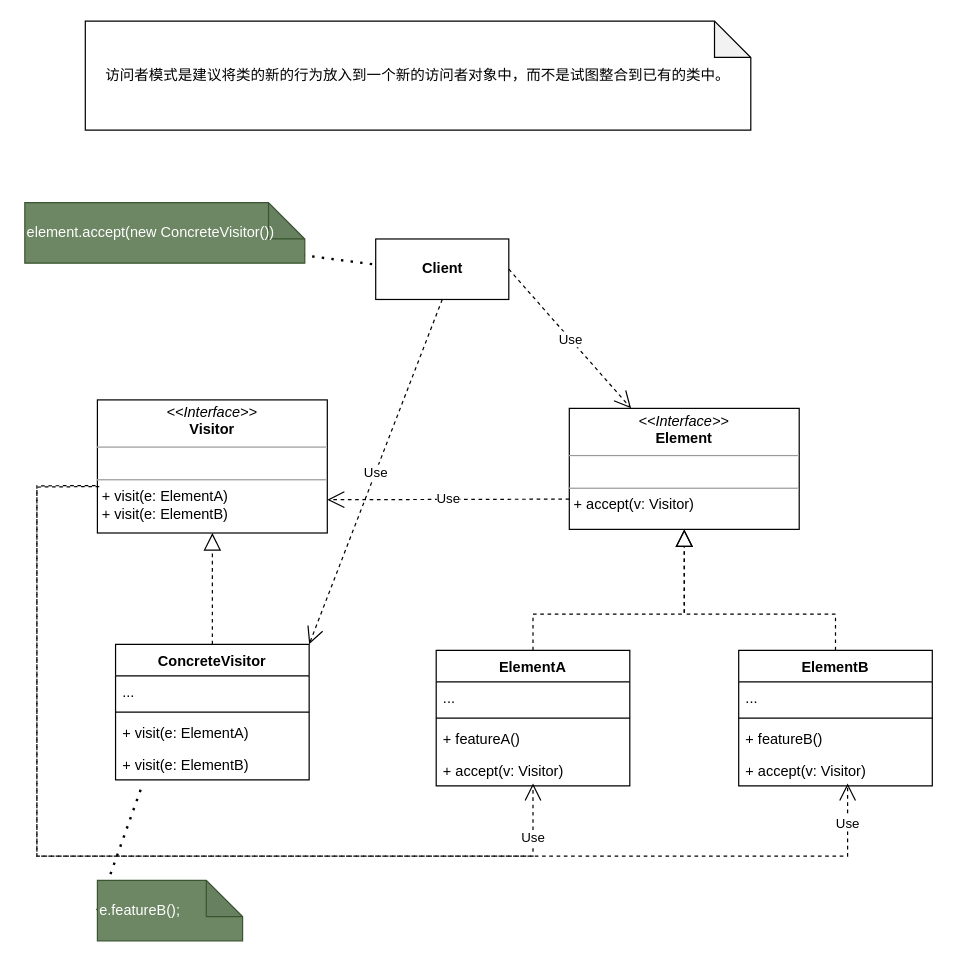
HsoulLink/designpattern_pic keeps this draw.io diagram as 访问者模式.drawio. Above is the earlier version. Source tidied: cells renumbered, new cells numbered last; positions are measured from the earlier drawing's top-left corner, leaving out a move shared by most shapes. Both pictures are drawn from the tidied source at 121%, with x=0, y=0 at pixel (24, 21).
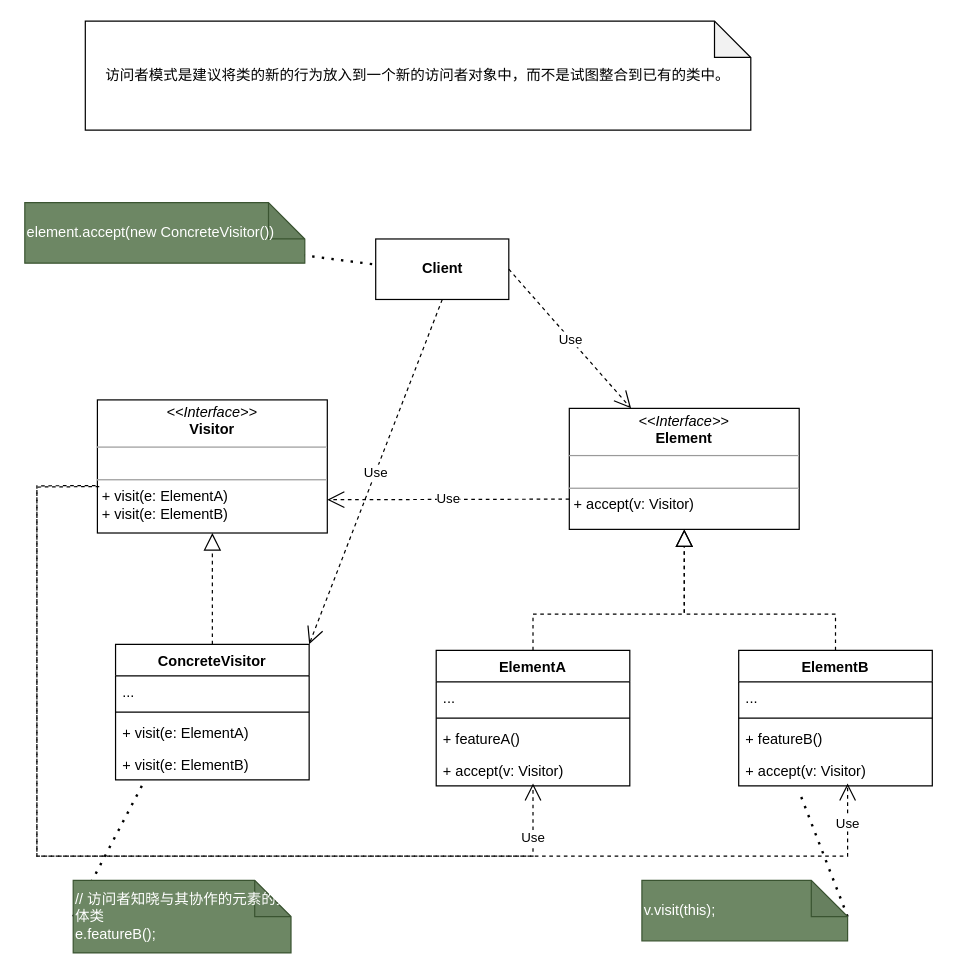
After the change.

Commit message (it also covers changes not shown here):
更新访问者模式.drawio

The change refers to these unchanged cells:
```xml
<mxCell id="14" value="+ accept(v: Visitor)" style="text;strokeColor=none;fillColor=none;align=left;verticalAlign=top;spacingLeft=4;spacingRight=4;overflow=hidden;points=[[0,0.5],[1,0.5]];portConstraint=eastwest;" parent="10" vertex="1">
  <mxGeometry y="86" width="160" height="26" as="geometry" />
</mxCell>
```

What changed in the source:
```diff
@@
-    <mxCell id="32" value="e.featureB();" style="shape=note;whiteSpace=wrap;html=1;backgroundOutline=1;darkOpacity=0.05;align=left;fillColor=#6d8764;fontColor=#ffffff;strokeColor=#3A5431;" parent="1" vertex="1">
-      <mxGeometry x="60" y="710" width="120" height="50" as="geometry" />
+    <mxCell id="32" value="// 访问者知晓与其协作的元素的具体类&lt;br&gt;e.featureB();" style="shape=note;whiteSpace=wrap;html=1;backgroundOutline=1;darkOpacity=0.05;align=left;fillColor=#6d8764;fontColor=#ffffff;strokeColor=#3A5431;" parent="1" vertex="1">
+      <mxGeometry x="40" y="710" width="180" height="60" as="geometry" />
     </mxCell>
+    <mxCell id="33" style="endArrow=none;dashed=1;html=1;dashPattern=1 3;strokeWidth=2;rounded=0;entryX=0.31;entryY=1.146;entryDx=0;entryDy=0;exitX=0;exitY=0;exitDx=170;exitDy=30;exitPerimeter=0;entryPerimeter=0;" parent="1" edge="1" source="34" target="14">
+      <mxGeometry relative="1" as="geometry" />
+    </mxCell>
+    <mxCell id="34" value="v.visit(this);" style="shape=note;whiteSpace=wrap;html=1;backgroundOutline=1;darkOpacity=0.05;align=left;fillColor=#6d8764;fontColor=#ffffff;strokeColor=#3A5431;" parent="1" vertex="1">
+      <mxGeometry x="510" y="710" width="170" height="50" as="geometry" />
+    </mxCell>
```
